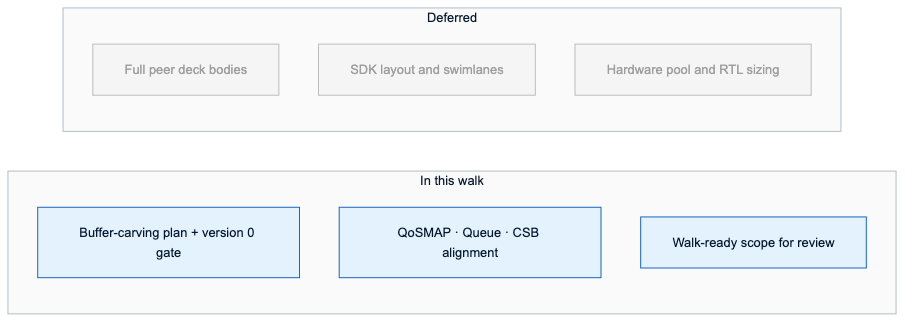
The Mermaid diagram assets/diagrams/b6/b6-slide06-boundaries.png in upscale-ai-network/agent-template, before a commit. Its source is kept beside it as assets/diagrams/b6/b6-slide06-boundaries.mmd.
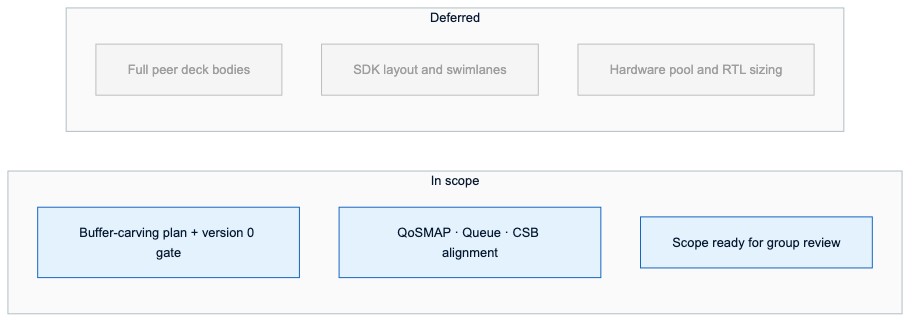
After the commit.

Commit message:
P0 DT122: B6 copy polish — Buffer-carving CCC hook, no walk jargon.

Diff of the diagram source:
```diff
@@ -1,9 +1,9 @@
 %%{init: {'theme': 'base', 'themeVariables': { 'fontSize': '13px'}}}%%
 flowchart LR
-  subgraph IN["In this walk"]
+  subgraph IN["In scope"]
     I1["Buffer-carving plan + version 0 gate"]
     I2["QoSMAP · Queue · CSB alignment"]
-    I3["Walk-ready scope for review"]
+    I3["Scope ready for group review"]
   end
   subgraph OUT["Deferred"]
     O1["Full peer deck bodies"]
```
